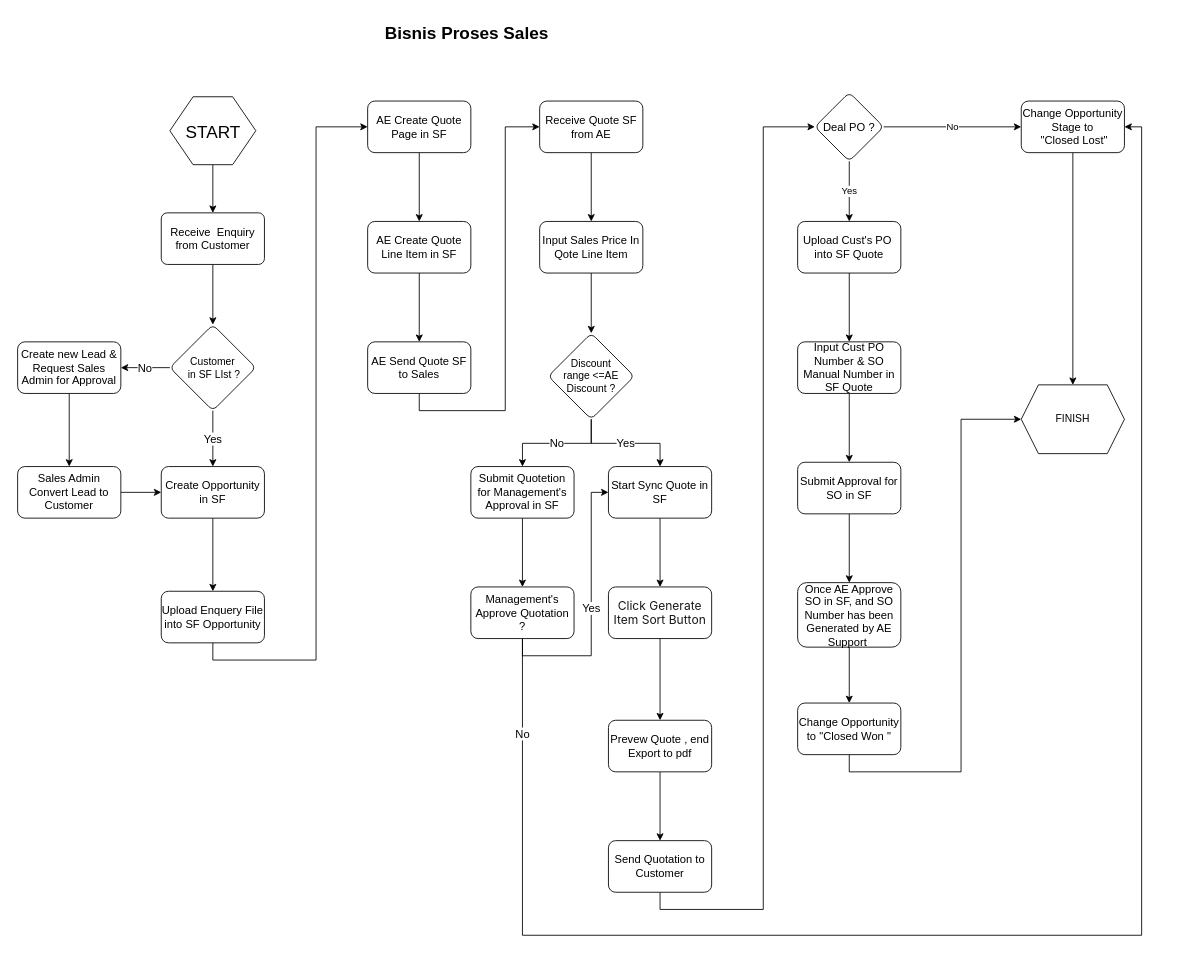
ngulik-bareng/SalesForce-Diagram keeps this draw.io diagram as diagram-flow-salesforce.drawio. Above is the earlier version. Source tidied: cells renumbered, new cells numbered last; positions are measured from the earlier drawing's top-left corner, leaving out a move shared by most shapes. Both pictures are drawn from the tidied source at 86%, with x=0, y=0 at pixel (17, 15).
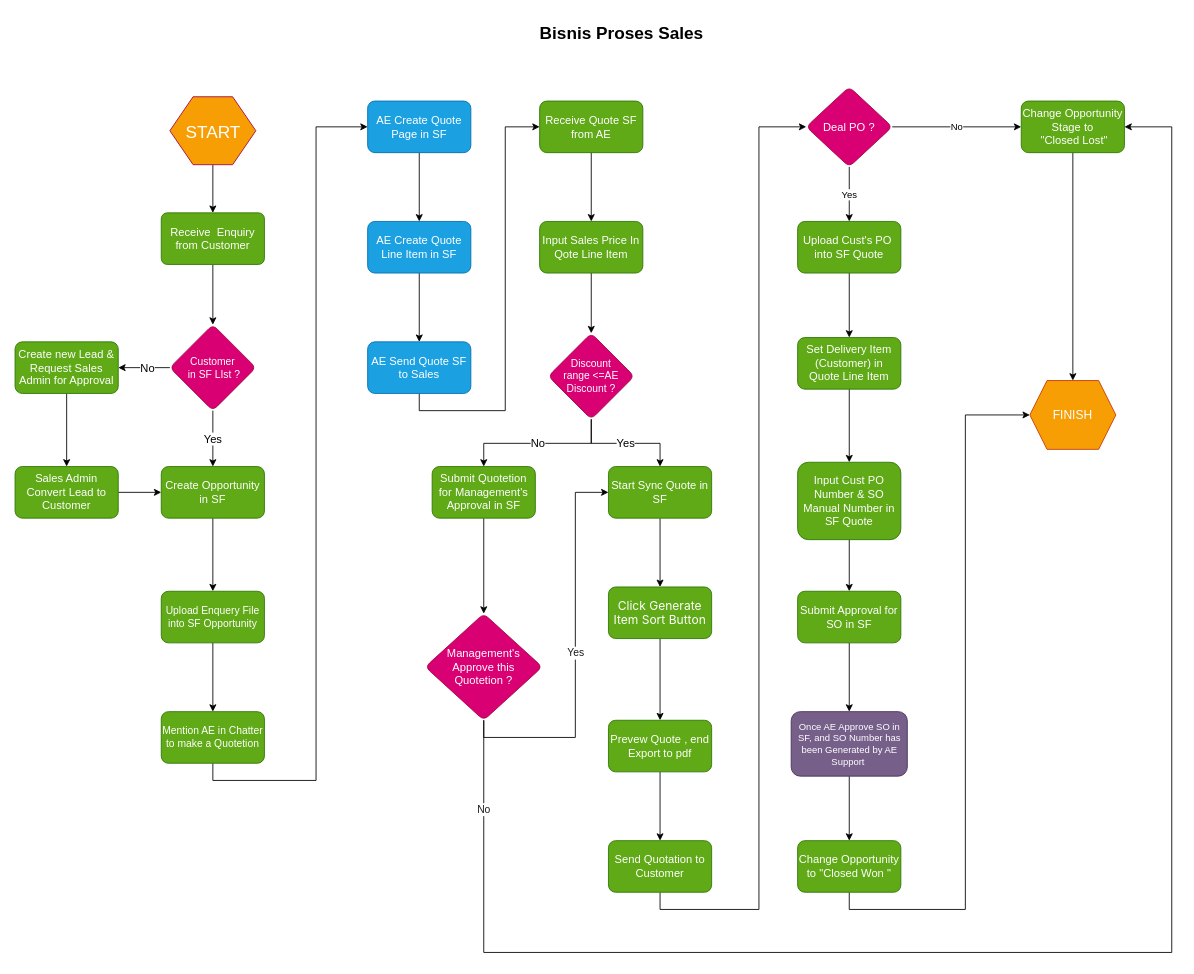
The same diagram, later.

Change to the diagram source:
```diff
@@
     <mxCell id="2" value="Bisnis Proses Sales" style="text;html=1;align=center;verticalAlign=middle;strokeColor=none;fillColor=none;fontStyle=1;fontSize=20;" parent="1" vertex="1">
-      <mxGeometry x="417" width="210" height="40" as="geometry" />
+      <mxGeometry x="597" width="210" height="40" as="geometry" />
     </mxCell>
@@
-    <mxCell id="4" value="START" style="verticalLabelPosition=middle;verticalAlign=middle;html=1;shape=hexagon;perimeter=hexagonPerimeter2;arcSize=6;size=0.27;fontSize=20;labelPosition=center;align=center;" parent="1" vertex="1">
+    <mxCell id="4" value="START" style="verticalLabelPosition=middle;verticalAlign=middle;html=1;shape=hexagon;perimeter=hexagonPerimeter2;arcSize=6;size=0.27;fontSize=20;labelPosition=center;align=center;fillColor=#F79E05;strokeColor=#A50040;fontColor=#ffffff;" parent="1" vertex="1">
       <mxGeometry x="177" y="95" width="100" height="79" as="geometry" />
     </mxCell>
@@
-    <mxCell id="6" value="Receive&amp;nbsp; Enquiry from Customer" style="rounded=1;whiteSpace=wrap;html=1;absoluteArcSize=1;arcSize=14;strokeWidth=1;fontSize=13;" parent="1" vertex="1">
+    <mxCell id="6" value="Receive&amp;nbsp; Enquiry from Customer" style="rounded=1;whiteSpace=wrap;html=1;absoluteArcSize=1;arcSize=14;strokeWidth=1;fontSize=13;fillColor=#60a917;fontColor=#ffffff;strokeColor=#2D7600;" parent="1" vertex="1">
       <mxGeometry x="167" y="230" width="120" height="60" as="geometry" />
     </mxCell>
@@
     <mxCell id="8" value="No" style="edgeStyle=orthogonalEdgeStyle;rounded=0;jettySize=auto;html=1;fontSize=13;" parent="1" edge="1" source="9" target="15">
-      <mxGeometry relative="1" as="geometry" />
+      <mxGeometry x="-0.17" relative="1" as="geometry">
+        <mxPoint x="-1" as="offset" />
+      </mxGeometry>
     </mxCell>
-    <mxCell id="9" value="Customer&lt;br&gt;&amp;nbsp;in SF LIst ?" style="rhombus;whiteSpace=wrap;html=1;fontSize=12;rounded=1;arcSize=14;strokeWidth=1;" parent="1" vertex="1">
+    <mxCell id="9" value="Customer&lt;br&gt;&amp;nbsp;in SF LIst ?" style="rhombus;whiteSpace=wrap;html=1;fontSize=12;rounded=1;arcSize=14;strokeWidth=1;fillColor=#d80073;fontColor=#ffffff;strokeColor=#A50040;" parent="1" vertex="1">
       <mxGeometry x="177" y="360" width="100" height="100" as="geometry" />
     </mxCell>
@@
-    <mxCell id="11" value="Create Opportunity in SF" style="rounded=1;whiteSpace=wrap;html=1;fontSize=13;arcSize=14;strokeWidth=1;" parent="1" vertex="1">
+    <mxCell id="11" value="Create Opportunity in SF" style="rounded=1;whiteSpace=wrap;html=1;fontSize=13;arcSize=14;strokeWidth=1;fillColor=#60a917;strokeColor=#2D7600;fontColor=#ffffff;" parent="1" vertex="1">
       <mxGeometry x="167" y="525" width="120" height="60" as="geometry" />
     </mxCell>
-    <mxCell id="12" style="edgeStyle=orthogonalEdgeStyle;rounded=0;jettySize=auto;html=1;exitX=0.5;exitY=1;exitDx=0;exitDy=0;entryX=0;entryY=0.5;entryDx=0;entryDy=0;fontSize=13;" parent="1" edge="1" source="13" target="19">
+    <mxCell id="12" style="edgeStyle=orthogonalEdgeStyle;rounded=0;jettySize=auto;html=1;exitX=0.5;exitY=1;exitDx=0;exitDy=0;entryX=0;entryY=0.5;entryDx=0;entryDy=0;fontSize=13;" parent="1" edge="1" source="66" target="19">
       <mxGeometry relative="1" as="geometry" />
     </mxCell>
+    <mxCell id="60" style="edgeStyle=none;rounded=0;jettySize=auto;html=1;fontFamily=Helvetica;fontSize=12;fontColor=#FFFFFF;" parent="1" edge="1" source="13" target="66">
+      <mxGeometry relative="1" as="geometry" />
+    </mxCell>
-    <mxCell id="13" value="Upload Enquery File into SF Opportunity" style="rounded=1;whiteSpace=wrap;html=1;fontSize=13;arcSize=14;strokeWidth=1;" parent="1" vertex="1">
+    <mxCell id="13" value="Upload Enquery File into SF Opportunity" style="rounded=1;whiteSpace=wrap;html=1;fontSize=12;arcSize=14;strokeWidth=1;fillColor=#60a917;fontColor=#ffffff;strokeColor=#2D7600;" parent="1" vertex="1">
       <mxGeometry x="167" y="670" width="120" height="60" as="geometry" />
     </mxCell>
@@
-    <mxCell id="15" value="Create new Lead &amp;amp; Request Sales Admin for Approval" style="whiteSpace=wrap;html=1;fontSize=13;rounded=1;arcSize=14;strokeWidth=1;" parent="1" vertex="1">
-      <mxGeometry y="380" width="120" height="60" as="geometry" />
+    <mxCell id="15" value="Create new Lead &amp;amp; Request Sales Admin for Approval" style="whiteSpace=wrap;html=1;fontSize=13;rounded=1;arcSize=14;strokeWidth=1;fillColor=#60a917;fontColor=#ffffff;strokeColor=#2D7600;" parent="1" vertex="1">
+      <mxGeometry x="-3" y="380" width="120" height="60" as="geometry" />
     </mxCell>
@@
-    <mxCell id="17" value="Sales Admin Convert Lead to Customer" style="rounded=1;whiteSpace=wrap;html=1;fontSize=13;arcSize=14;strokeWidth=1;" parent="1" vertex="1">
-      <mxGeometry y="525" width="120" height="60" as="geometry" />
+    <mxCell id="17" value="Sales Admin Convert Lead to Customer" style="rounded=1;whiteSpace=wrap;html=1;fontSize=13;arcSize=14;strokeWidth=1;fillColor=#60a917;fontColor=#ffffff;strokeColor=#2D7600;" parent="1" vertex="1">
+      <mxGeometry x="-3" y="525" width="120" height="60" as="geometry" />
     </mxCell>
@@
-    <mxCell id="19" value="AE Create Quote Page in SF" style="rounded=1;whiteSpace=wrap;html=1;fontSize=13;arcSize=14;strokeWidth=1;" parent="1" vertex="1">
+    <mxCell id="19" value="AE Create Quote Page in SF" style="rounded=1;whiteSpace=wrap;html=1;fontSize=13;arcSize=14;strokeWidth=1;fillColor=#1ba1e2;fontColor=#ffffff;strokeColor=#006EAF;" parent="1" vertex="1">
       <mxGeometry x="407" y="100" width="120" height="60" as="geometry" />
     </mxCell>
@@
-    <mxCell id="21" value="AE Create Quote Line Item in SF" style="rounded=1;whiteSpace=wrap;html=1;fontSize=13;arcSize=14;strokeWidth=1;" parent="1" vertex="1">
+    <mxCell id="21" value="AE Create Quote Line Item in SF" style="rounded=1;whiteSpace=wrap;html=1;fontSize=13;arcSize=14;strokeWidth=1;fillColor=#1ba1e2;fontColor=#ffffff;strokeColor=#006EAF;" parent="1" vertex="1">
       <mxGeometry x="407" y="240" width="120" height="60" as="geometry" />
     </mxCell>
@@
-    <mxCell id="23" value="AE Send Quote SF to Sales" style="rounded=1;whiteSpace=wrap;html=1;fontSize=13;arcSize=14;strokeWidth=1;" parent="1" vertex="1">
+    <mxCell id="23" value="AE Send Quote SF to Sales" style="rounded=1;whiteSpace=wrap;html=1;fontSize=13;arcSize=14;strokeWidth=1;fillColor=#1ba1e2;fontColor=#ffffff;strokeColor=#006EAF;" parent="1" vertex="1">
       <mxGeometry x="407" y="380" width="120" height="60" as="geometry" />
     </mxCell>
@@
-    <mxCell id="25" value="Receive Quote SF from AE" style="whiteSpace=wrap;html=1;fontSize=13;rounded=1;arcSize=14;strokeWidth=1;" parent="1" vertex="1">
+    <mxCell id="25" value="Receive Quote SF from AE" style="whiteSpace=wrap;html=1;fontSize=13;rounded=1;arcSize=14;strokeWidth=1;fillColor=#60a917;fontColor=#ffffff;strokeColor=#2D7600;" parent="1" vertex="1">
       <mxGeometry x="607" y="100" width="120" height="60" as="geometry" />
     </mxCell>
@@
-    <mxCell id="27" value="Input Sales Price In Qote Line Item" style="whiteSpace=wrap;html=1;fontSize=13;rounded=1;arcSize=14;strokeWidth=1;" parent="1" vertex="1">
+    <mxCell id="27" value="Input Sales Price In Qote Line Item" style="whiteSpace=wrap;html=1;fontSize=13;rounded=1;arcSize=14;strokeWidth=1;fillColor=#60a917;fontColor=#ffffff;strokeColor=#2D7600;" parent="1" vertex="1">
       <mxGeometry x="607" y="240" width="120" height="60" as="geometry" />
     </mxCell>
@@
-    <mxCell id="30" value="Discount&lt;br&gt;range &amp;lt;=AE Discount ?" style="rhombus;whiteSpace=wrap;html=1;fontSize=12;rounded=1;arcSize=14;strokeWidth=1;" parent="1" vertex="1">
+    <mxCell id="30" value="Discount&lt;br&gt;range &amp;lt;=AE Discount ?" style="rhombus;whiteSpace=wrap;html=1;fontSize=12;rounded=1;arcSize=14;strokeWidth=1;fillColor=#d80073;fontColor=#ffffff;strokeColor=#A50040;" parent="1" vertex="1">
       <mxGeometry x="617" y="370" width="100" height="100" as="geometry" />
     </mxCell>
-    <mxCell id="31" style="edgeStyle=orthogonalEdgeStyle;rounded=0;jettySize=auto;html=1;fontSize=13;" parent="1" edge="1" source="32" target="59">
-      <mxGeometry relative="1" as="geometry" />
-    </mxCell>
+    <mxCell id="61" style="edgeStyle=none;rounded=0;jettySize=auto;html=1;exitX=0.5;exitY=1;exitDx=0;exitDy=0;entryX=0.5;entryY=0;entryDx=0;entryDy=0;fontFamily=Helvetica;fontSize=12;fontColor=#FFFFFF;" parent="1" edge="1" source="32" target="63">
+      <mxGeometry relative="1" as="geometry" />
+    </mxCell>
-    <mxCell id="32" value="Submit Quotetion for Management's Approval in SF" style="whiteSpace=wrap;html=1;fontSize=13;rounded=1;arcSize=14;strokeWidth=1;" parent="1" vertex="1">
-      <mxGeometry x="527" y="525" width="120" height="60" as="geometry" />
+    <mxCell id="32" value="Submit Quotetion for Management's Approval in SF" style="whiteSpace=wrap;html=1;fontSize=13;rounded=1;arcSize=14;strokeWidth=1;fillColor=#60a917;fontColor=#ffffff;strokeColor=#2D7600;" parent="1" vertex="1">
+      <mxGeometry x="482" y="525" width="120" height="60" as="geometry" />
     </mxCell>
@@
-    <mxCell id="34" value="Start Sync Quote in SF" style="whiteSpace=wrap;html=1;fontSize=13;rounded=1;arcSize=14;strokeWidth=1;" parent="1" vertex="1">
+    <mxCell id="34" value="Start Sync Quote in SF" style="whiteSpace=wrap;html=1;fontSize=13;rounded=1;arcSize=14;strokeWidth=1;fillColor=#60a917;fontColor=#ffffff;strokeColor=#2D7600;" parent="1" vertex="1">
       <mxGeometry x="687" y="525" width="120" height="60" as="geometry" />
     </mxCell>
@@
-    <mxCell id="36" value="&lt;span style=&quot;color: rgb(24, 24, 24); font-family: -apple-system, BlinkMacSystemFont, &amp;quot;Segoe UI&amp;quot;, Roboto, Helvetica, Arial, sans-serif, &amp;quot;Apple Color Emoji&amp;quot;, &amp;quot;Segoe UI Emoji&amp;quot;, &amp;quot;Segoe UI Symbol&amp;quot;; font-size: 14px; text-align: start; background-color: rgb(255, 255, 255);&quot;&gt;Click Generate Item Sort Button&lt;/span&gt;" style="whiteSpace=wrap;html=1;fontSize=13;rounded=1;arcSize=14;strokeWidth=1;" parent="1" vertex="1">
+    <mxCell id="36" value="&lt;span style=&quot;font-family: -apple-system, BlinkMacSystemFont, &amp;quot;Segoe UI&amp;quot;, Roboto, Helvetica, Arial, sans-serif, &amp;quot;Apple Color Emoji&amp;quot;, &amp;quot;Segoe UI Emoji&amp;quot;, &amp;quot;Segoe UI Symbol&amp;quot;; font-size: 14px; text-align: start;&quot;&gt;Click Generate Item Sort Button&lt;/span&gt;" style="whiteSpace=wrap;html=1;fontSize=13;rounded=1;arcSize=14;strokeWidth=1;fillColor=#60a917;fontColor=#FFFFFF;strokeColor=#2D7600;" parent="1" vertex="1">
       <mxGeometry x="687" y="665" width="120" height="60" as="geometry" />
     </mxCell>
@@
-    <mxCell id="39" value="Deal PO ?" style="rhombus;whiteSpace=wrap;html=1;fontSize=13;rounded=1;arcSize=14;strokeWidth=1;" parent="1" vertex="1">
-      <mxGeometry x="927" y="90" width="80" height="80" as="geometry" />
+    <mxCell id="39" value="Deal PO ?" style="rhombus;whiteSpace=wrap;html=1;fontSize=13;rounded=1;arcSize=14;strokeWidth=1;fillColor=#d80073;fontColor=#ffffff;strokeColor=#A50040;" parent="1" vertex="1">
+      <mxGeometry x="917" y="83.5" width="100" height="93" as="geometry" />
     </mxCell>
-    <mxCell id="40" style="edgeStyle=orthogonalEdgeStyle;rounded=0;jettySize=auto;html=1;elbow=vertical;" parent="1" edge="1" source="41" target="43">
-      <mxGeometry relative="1" as="geometry" />
-    </mxCell>
+    <mxCell id="62" style="edgeStyle=none;rounded=0;jettySize=auto;html=1;exitX=0.5;exitY=1;exitDx=0;exitDy=0;entryX=0.5;entryY=0;entryDx=0;entryDy=0;fontFamily=Helvetica;fontSize=12;fontColor=#1A1A1A;" parent="1" edge="1" source="41" target="65">
+      <mxGeometry relative="1" as="geometry" />
+    </mxCell>
-    <mxCell id="41" value="Upload Cust's PO&amp;nbsp;&lt;br&gt;into SF Quote" style="whiteSpace=wrap;html=1;fontSize=13;rounded=1;arcSize=14;strokeWidth=1;" parent="1" vertex="1">
+    <mxCell id="41" value="Upload Cust's PO&amp;nbsp;&lt;br&gt;into SF Quote" style="whiteSpace=wrap;html=1;fontSize=13;rounded=1;arcSize=14;strokeWidth=1;fillColor=#60a917;fontColor=#ffffff;strokeColor=#2D7600;" parent="1" vertex="1">
       <mxGeometry x="907" y="240" width="120" height="60" as="geometry" />
     </mxCell>
@@
-    <mxCell id="43" value="Input Cust PO Number &amp;amp; SO Manual Number in SF Quote" style="whiteSpace=wrap;html=1;fontSize=13;rounded=1;arcSize=14;strokeWidth=1;" parent="1" vertex="1">
-      <mxGeometry x="907" y="380" width="120" height="60" as="geometry" />
+    <mxCell id="43" value="Input Cust PO Number &amp;amp; SO Manual Number in SF Quote" style="whiteSpace=wrap;html=1;fontSize=13;rounded=1;arcSize=14;strokeWidth=1;fillColor=#60a917;fontColor=#ffffff;strokeColor=#2D7600;" parent="1" vertex="1">
+      <mxGeometry x="907" y="520" width="120" height="90" as="geometry" />
     </mxCell>
@@
-    <mxCell id="45" value="Submit Approval for SO in SF" style="whiteSpace=wrap;html=1;fontSize=13;rounded=1;arcSize=14;strokeWidth=1;" parent="1" vertex="1">
-      <mxGeometry x="907" y="520" width="120" height="60" as="geometry" />
+    <mxCell id="45" value="Submit Approval for SO in SF" style="whiteSpace=wrap;html=1;fontSize=13;rounded=1;arcSize=14;strokeWidth=1;fillColor=#60a917;fontColor=#ffffff;strokeColor=#2D7600;" parent="1" vertex="1">
+      <mxGeometry x="907" y="670" width="120" height="60" as="geometry" />
     </mxCell>
@@
-    <mxCell id="47" value="Once AE Approve SO in SF, and SO Number has been Generated by AE Support&amp;nbsp;" style="whiteSpace=wrap;html=1;fontSize=13;rounded=1;arcSize=14;strokeWidth=1;" parent="1" vertex="1">
-      <mxGeometry x="907" y="660" width="120" height="75" as="geometry" />
+    <mxCell id="47" value="Once AE Approve SO in SF, and SO Number has been Generated by AE Support&amp;nbsp;" style="whiteSpace=wrap;html=1;fontSize=11;rounded=1;arcSize=14;strokeWidth=1;fillColor=#76608a;fontColor=#ffffff;strokeColor=#432D57;" parent="1" vertex="1">
+      <mxGeometry x="899.5" y="810" width="135" height="75" as="geometry" />
     </mxCell>
@@
-    <mxCell id="49" value="Change Opportunity to &quot;Closed Won &quot;" style="whiteSpace=wrap;html=1;fontSize=13;rounded=1;arcSize=14;strokeWidth=1;" parent="1" vertex="1">
-      <mxGeometry x="907" y="800" width="120" height="60" as="geometry" />
+    <mxCell id="49" value="Change Opportunity to &quot;Closed Won &quot;" style="whiteSpace=wrap;html=1;fontSize=13;rounded=1;arcSize=14;strokeWidth=1;fillColor=#60a917;fontColor=#ffffff;strokeColor=#2D7600;" parent="1" vertex="1">
+      <mxGeometry x="907" y="960" width="120" height="60" as="geometry" />
     </mxCell>
@@
-    <mxCell id="51" value="Change Opportunity Stage to&lt;br&gt;&amp;nbsp;&quot;Closed Lost&quot;" style="whiteSpace=wrap;html=1;fontSize=13;rounded=1;arcSize=14;strokeWidth=1;" parent="1" vertex="1">
+    <mxCell id="51" value="Change Opportunity Stage to&lt;br&gt;&amp;nbsp;&quot;Closed Lost&quot;" style="whiteSpace=wrap;html=1;fontSize=13;rounded=1;arcSize=14;strokeWidth=1;fillColor=#60a917;fontColor=#ffffff;strokeColor=#2D7600;" parent="1" vertex="1">
       <mxGeometry x="1167" y="100" width="120" height="60" as="geometry" />
     </mxCell>
-    <mxCell id="52" value="FINISH" style="shape=hexagon;perimeter=hexagonPerimeter2;whiteSpace=wrap;html=1;fixedSize=1;" parent="1" vertex="1">
-      <mxGeometry x="1167" y="430" width="120" height="80" as="geometry" />
+    <mxCell id="52" value="FINISH" style="shape=hexagon;perimeter=hexagonPerimeter2;whiteSpace=wrap;html=1;fixedSize=1;fontSize=14;fillColor=#F79E05;fontColor=#FFFFFF;strokeColor=#C73500;" parent="1" vertex="1">
+      <mxGeometry x="1177" y="425" width="100" height="80" as="geometry" />
     </mxCell>
@@
-    <mxCell id="54" value="Prevew Quote , end Export to pdf" style="whiteSpace=wrap;html=1;fontSize=13;rounded=1;arcSize=14;strokeWidth=1;align=center;" parent="1" vertex="1">
+    <mxCell id="54" value="Prevew Quote , end Export to pdf" style="whiteSpace=wrap;html=1;fontSize=13;rounded=1;arcSize=14;strokeWidth=1;align=center;fillColor=#60a917;fontColor=#ffffff;strokeColor=#2D7600;" parent="1" vertex="1">
       <mxGeometry x="687" y="820" width="120" height="60" as="geometry" />
     </mxCell>
@@
-    <mxCell id="56" value="Send Quotation to Customer" style="rounded=1;whiteSpace=wrap;html=1;fontSize=13;arcSize=14;strokeWidth=1;" parent="1" vertex="1">
+    <mxCell id="56" value="Send Quotation to Customer" style="rounded=1;whiteSpace=wrap;html=1;fontSize=13;arcSize=14;strokeWidth=1;fillColor=#60a917;fontColor=#ffffff;strokeColor=#2D7600;" parent="1" vertex="1">
       <mxGeometry x="687" y="960" width="120" height="60" as="geometry" />
     </mxCell>
-    <mxCell id="57" value="Yes" style="edgeStyle=orthogonalEdgeStyle;rounded=0;jettySize=auto;html=1;exitX=0.5;exitY=1;exitDx=0;exitDy=0;entryX=0;entryY=0.5;entryDx=0;entryDy=0;fontSize=13;" parent="1" edge="1" source="59" target="34">
+    <mxCell id="57" value="Yes" style="edgeStyle=orthogonalEdgeStyle;rounded=0;jettySize=auto;html=1;exitX=0.5;exitY=1;exitDx=0;exitDy=0;entryX=0;entryY=0.5;entryDx=0;entryDy=0;fontFamily=Helvetica;fontSize=12;fontColor=#1A1A1A;" parent="1" edge="1" source="63" target="34">
       <mxGeometry relative="1" as="geometry" />
     </mxCell>
-    <mxCell id="58" value="No" style="edgeStyle=orthogonalEdgeStyle;rounded=0;jettySize=auto;html=1;exitX=0.5;exitY=1;exitDx=0;exitDy=0;entryX=1;entryY=0.5;entryDx=0;entryDy=0;fontSize=13;" parent="1" edge="1" source="59" target="51">
-      <mxGeometry x="-0.89" relative="1" as="geometry">
+    <mxCell id="58" value="No" style="edgeStyle=orthogonalEdgeStyle;rounded=0;jettySize=auto;html=1;exitX=0.5;exitY=1;exitDx=0;exitDy=0;entryX=1;entryY=0.5;entryDx=0;entryDy=0;fontFamily=Helvetica;fontSize=12;fontColor=#1A1A1A;" parent="1" edge="1" source="63" target="51">
+      <mxGeometry x="-0.9" relative="1" as="geometry">
         <Array as="points">
-          <mxPoint x="587" y="1070" />
-          <mxPoint x="1307" y="1070" />
-          <mxPoint x="1307" y="130" />
+          <mxPoint x="542" y="1090" />
+          <mxPoint x="1342" y="1090" />
+          <mxPoint x="1342" y="130" />
         </Array>
       </mxGeometry>
     </mxCell>
-    <mxCell id="59" value="Management's Approve Quotation ?" style="whiteSpace=wrap;html=1;fontSize=13;rounded=1;arcSize=14;strokeWidth=1;" parent="1" vertex="1">
-      <mxGeometry x="527" y="665" width="120" height="60" as="geometry" />
-    </mxCell>
+    <mxCell id="63" value="Management's&lt;br&gt;Approve this &lt;br&gt;Quotetion ?" style="rhombus;whiteSpace=wrap;html=1;fontSize=13;fillColor=#d80073;strokeColor=#A50040;fontColor=#ffffff;rounded=1;arcSize=14;strokeWidth=1;" parent="1" vertex="1">
+      <mxGeometry x="474" y="696" width="136" height="124" as="geometry" />
+    </mxCell>
+    <mxCell id="64" style="edgeStyle=none;rounded=0;jettySize=auto;html=1;exitX=0.5;exitY=1;exitDx=0;exitDy=0;fontFamily=Helvetica;fontSize=12;fontColor=#1A1A1A;" parent="1" edge="1" source="65" target="43">
+      <mxGeometry relative="1" as="geometry" />
+    </mxCell>
+    <mxCell id="65" value="Set Delivery Item (Customer) in&lt;br&gt;Quote Line Item" style="whiteSpace=wrap;html=1;fontSize=13;fillColor=#60a917;strokeColor=#2D7600;fontColor=#ffffff;rounded=1;arcSize=14;strokeWidth=1;" parent="1" vertex="1">
+      <mxGeometry x="907" y="375" width="120" height="60" as="geometry" />
+    </mxCell>
+    <mxCell id="66" value="Mention AE in Chatter to make a Quotetion" style="whiteSpace=wrap;html=1;fillColor=#60a917;strokeColor=#2D7600;fontColor=#ffffff;rounded=1;arcSize=14;strokeWidth=1;" parent="1" vertex="1">
+      <mxGeometry x="167" y="810" width="120" height="60" as="geometry" />
+    </mxCell>
```
